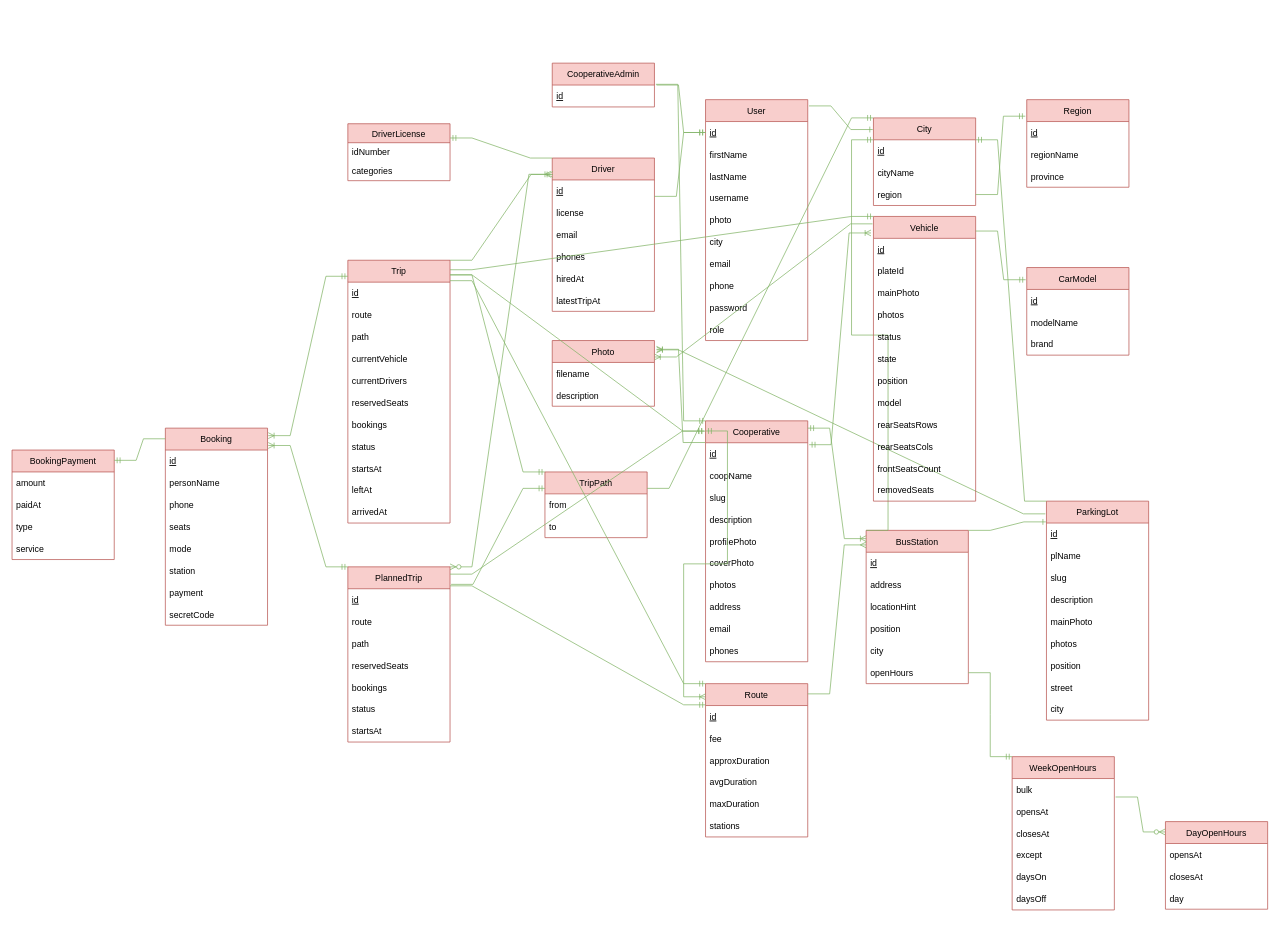
Earlier version of the draw.io diagram page "Entity-Relation diagram" (1 of 2) of diagrams/zaha-dia.drawio (Grand-projet-INFO4/graphql-api-nestjs-apollo-mongoose-mongodb). Source tidied: cells renumbered, new cells numbered last; positions are measured from the earlier drawing's top-left corner, leaving out a move shared by most shapes. Both pictures are drawn from the tidied source at 73%, with x=0, y=0 at pixel (12, 63).
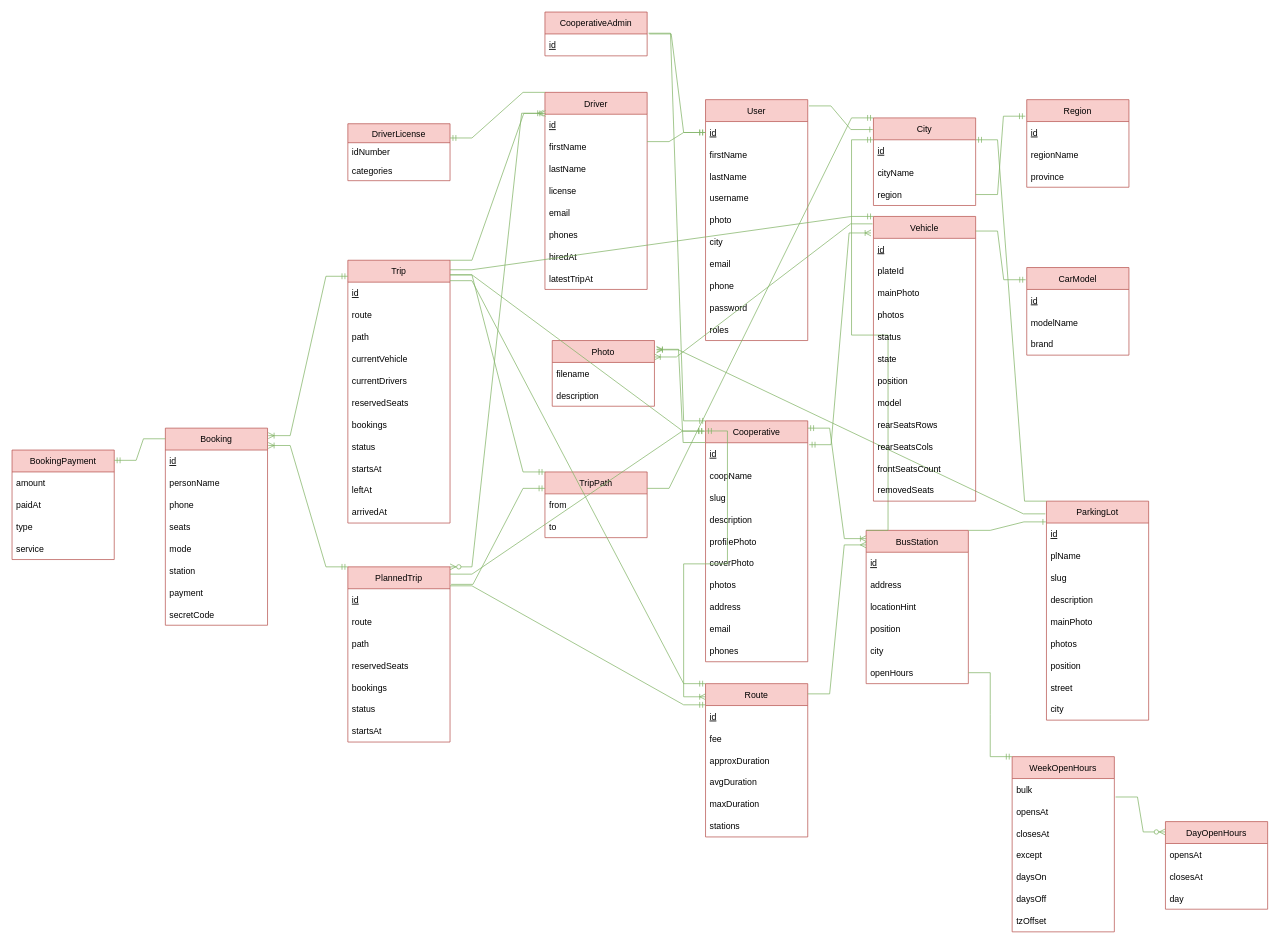
Above is the later version.

The change refers to these unchanged cells:
```xml
<mxCell id="2" value="User" style="swimlane;fontStyle=0;horizontal=1;startSize=30;fillColor=#f8cecc;strokeColor=#b85450;" parent="1" vertex="1">
  <mxGeometry x="950" y="50" width="140" height="330" as="geometry" />
</mxCell>
```

Change to the diagram source:
```diff
@@
-    <mxCell id="12" value="role" style="text;strokeColor=none;fillColor=none;align=left;verticalAlign=middle;spacingLeft=4;spacingRight=4;overflow=hidden;" parent="2" vertex="1">
+    <mxCell id="12" value="roles" style="text;strokeColor=none;fillColor=none;align=left;verticalAlign=middle;spacingLeft=4;spacingRight=4;overflow=hidden;" parent="2" vertex="1">
       <mxGeometry y="300" width="140" height="30" as="geometry" />
     </mxCell>
@@
     <mxCell id="21" value="CooperativeAdmin" style="swimlane;fontStyle=0;horizontal=1;startSize=30;fillColor=#f8cecc;strokeColor=#b85450;" parent="1" vertex="1">
-      <mxGeometry x="740" width="140" height="60" as="geometry" />
+      <mxGeometry x="730" y="-70" width="140" height="60" as="geometry" />
     </mxCell>
@@
     <mxCell id="26" value="Driver" style="swimlane;fontStyle=0;horizontal=1;startSize=30;fillColor=#f8cecc;strokeColor=#b85450;" parent="1" vertex="1">
-      <mxGeometry x="740" y="130" width="140" height="210" as="geometry" />
+      <mxGeometry x="730" y="40" width="140" height="270" as="geometry" />
     </mxCell>
@@
+    <mxCell id="168" value="firstName" style="text;strokeColor=none;fillColor=none;align=left;verticalAlign=middle;spacingLeft=4;spacingRight=4;overflow=hidden;fontStyle=0;" parent="26" vertex="1">
+      <mxGeometry y="60" width="140" height="30" as="geometry" />
+    </mxCell>
+    <mxCell id="169" value="lastName" style="text;strokeColor=none;fillColor=none;align=left;verticalAlign=middle;spacingLeft=4;spacingRight=4;overflow=hidden;fontStyle=0;" parent="26" vertex="1">
+      <mxGeometry y="90" width="140" height="30" as="geometry" />
+    </mxCell>
     <mxCell id="28" value="license" style="text;strokeColor=none;fillColor=none;align=left;verticalAlign=middle;spacingLeft=4;spacingRight=4;overflow=hidden;fontStyle=0;" parent="26" vertex="1">
-      <mxGeometry y="60" width="140" height="30" as="geometry" />
+      <mxGeometry y="120" width="140" height="30" as="geometry" />
     </mxCell>
     <mxCell id="29" value="email" style="text;strokeColor=none;fillColor=none;align=left;verticalAlign=middle;spacingLeft=4;spacingRight=4;overflow=hidden;fontStyle=0;" parent="26" vertex="1">
-      <mxGeometry y="90" width="140" height="30" as="geometry" />
+      <mxGeometry y="150" width="140" height="30" as="geometry" />
     </mxCell>
     <mxCell id="30" value="phones" style="text;strokeColor=none;fillColor=none;align=left;verticalAlign=middle;spacingLeft=4;spacingRight=4;overflow=hidden;fontStyle=0;" parent="26" vertex="1">
-      <mxGeometry y="120" width="140" height="30" as="geometry" />
+      <mxGeometry y="180" width="140" height="30" as="geometry" />
     </mxCell>
     <mxCell id="31" value="hiredAt" style="text;strokeColor=none;fillColor=none;align=left;verticalAlign=middle;spacingLeft=4;spacingRight=4;overflow=hidden;fontStyle=0;" parent="26" vertex="1">
-      <mxGeometry y="150" width="140" height="30" as="geometry" />
+      <mxGeometry y="210" width="140" height="30" as="geometry" />
     </mxCell>
     <mxCell id="32" value="latestTripAt" style="text;strokeColor=none;fillColor=none;align=left;verticalAlign=middle;spacingLeft=4;spacingRight=4;overflow=hidden;fontStyle=0;" parent="26" vertex="1">
-      <mxGeometry y="180" width="140" height="30" as="geometry" />
+      <mxGeometry y="240" width="140" height="30" as="geometry" />
     </mxCell>
@@
     <mxCell id="70" value="WeekOpenHours" style="swimlane;fontStyle=0;horizontal=1;startSize=30;fillColor=#f8cecc;strokeColor=#b85450;" parent="1" vertex="1">
-      <mxGeometry x="1370" y="950" width="140" height="210" as="geometry" />
+      <mxGeometry x="1370" y="950" width="140" height="240" as="geometry" />
     </mxCell>
@@
+    <mxCell id="170" value="tzOffset" style="text;strokeColor=none;fillColor=none;align=left;verticalAlign=middle;spacingLeft=4;spacingRight=4;overflow=hidden;" parent="70" vertex="1">
+      <mxGeometry y="210" width="140" height="30" as="geometry" />
+    </mxCell>
```
